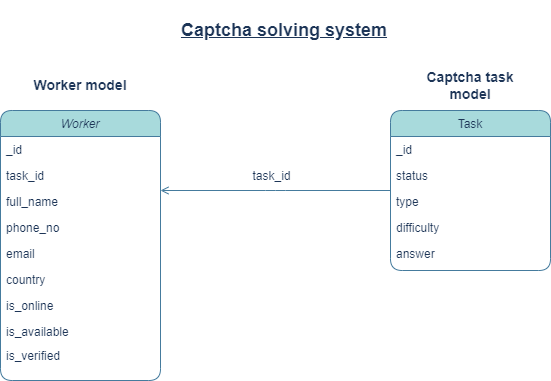
Above: raildog.drawio.png in officialHaze/raildog_api (draw.io), before the change. Source tidied: cells renumbered, new cells last; positions are measured from the earlier drawing's top-left corner, leaving out a move shared by most shapes.
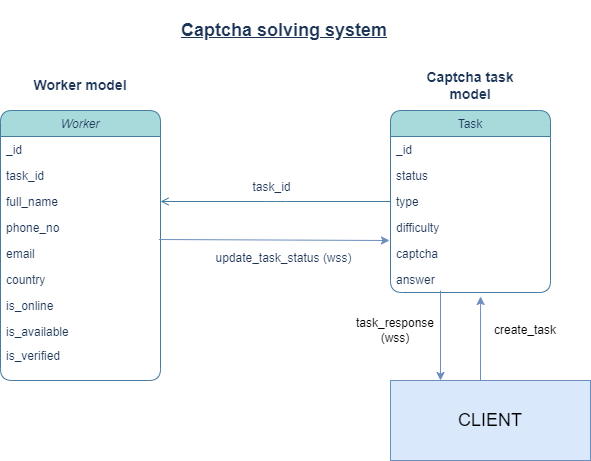
After the commit.

The edit, as a diff of the source:
```diff
@@ -33,7 +33,7 @@
       <mxGeometry y="232" width="160" height="24" as="geometry" />
     </mxCell>
     <mxCell id="12" value="Task" style="swimlane;fontStyle=0;align=center;verticalAlign=top;horizontal=1;startSize=26;rounded=1;shadow=0;strokeWidth=1;labelBackgroundColor=none;fillColor=#A8DADC;strokeColor=#457B9D;fontColor=#1D3557;" parent="1" vertex="1">
-      <mxGeometry x="390" y="110" width="160" height="160" as="geometry" />
+      <mxGeometry x="390" y="110" width="160" height="182" as="geometry" />
     </mxCell>
     <mxCell id="13" value="_id" style="text;align=left;verticalAlign=top;spacingLeft=4;spacingRight=4;overflow=hidden;rounded=1;shadow=0;html=0;labelBackgroundColor=none;fontColor=#1D3557;" parent="12" vertex="1">
       <mxGeometry y="26" width="160" height="26" as="geometry" />
@@ -47,8 +47,11 @@
     <mxCell id="16" value="difficulty" style="text;align=left;verticalAlign=top;spacingLeft=4;spacingRight=4;overflow=hidden;rounded=1;shadow=0;html=0;labelBackgroundColor=none;fontColor=#1D3557;" parent="12" vertex="1">
       <mxGeometry y="104" width="160" height="26" as="geometry" />
     </mxCell>
+    <mxCell id="23" value="captcha" style="text;align=left;verticalAlign=top;spacingLeft=4;spacingRight=4;overflow=hidden;rounded=1;shadow=0;html=0;labelBackgroundColor=none;fontColor=#1D3557;" parent="12" vertex="1">
+      <mxGeometry y="130" width="160" height="26" as="geometry" />
+    </mxCell>
     <mxCell id="17" value="answer" style="text;align=left;verticalAlign=top;spacingLeft=4;spacingRight=4;overflow=hidden;points=[[0,0.5],[1,0.5]];portConstraint=eastwest;rounded=1;shadow=0;html=0;labelBackgroundColor=none;fontColor=#1D3557;" parent="12" vertex="1">
-      <mxGeometry y="130" width="160" height="26" as="geometry" />
+      <mxGeometry y="156" width="160" height="26" as="geometry" />
     </mxCell>
     <mxCell id="18" style="endArrow=open;shadow=0;strokeWidth=1;rounded=1;endFill=1;edgeStyle=elbowEdgeStyle;elbow=vertical;labelBackgroundColor=none;strokeColor=#457B9D;fontColor=default;" parent="1" edge="1" source="12" target="2">
       <mxGeometry x="0.5" y="41" relative="1" as="geometry">
@@ -69,5 +72,34 @@
     <mxCell id="22" value="&lt;font style=&quot;font-size: 14px;&quot;&gt;&lt;b&gt;Captcha task model&lt;/b&gt;&lt;/font&gt;" style="whiteSpace=wrap;html=1;strokeColor=none;rounded=1;labelBackgroundColor=none;fillColor=none;fontColor=#1D3557;" parent="1" vertex="1">
       <mxGeometry x="410" y="70" width="120" height="30" as="geometry" />
     </mxCell>
+    <mxCell id="24" value="&lt;font style=&quot;font-size: 18px;&quot;&gt;CLIENT&lt;/font&gt;" style="rounded=0;whiteSpace=wrap;html=1;fillColor=#dae8fc;strokeColor=#6c8ebf;" parent="1" vertex="1">
+      <mxGeometry x="390" y="380" width="200" height="80" as="geometry" />
+    </mxCell>
+    <mxCell id="25" style="endArrow=classic;html=1;rounded=0;entryX=0.563;entryY=1.154;entryDx=0;entryDy=0;entryPerimeter=0;fillColor=#dae8fc;strokeColor=#6c8ebf;" parent="1" edge="1" target="17">
+      <mxGeometry relative="1" as="geometry">
+        <mxPoint x="480" y="380" as="sourcePoint" />
+      </mxGeometry>
+    </mxCell>
+    <mxCell id="26" value="create_task" style="whiteSpace=wrap;html=1;strokeColor=none;" parent="1" vertex="1">
+      <mxGeometry x="490" y="320" width="70" height="20" as="geometry" />
+    </mxCell>
+    <mxCell id="27" style="endArrow=classic;html=1;rounded=0;exitX=0.99;exitY=-0.038;exitDx=0;exitDy=0;exitPerimeter=0;fillColor=#dae8fc;strokeColor=#6c8ebf;" parent="1" edge="1" source="7">
+      <mxGeometry relative="1" as="geometry">
+        <mxPoint x="389" y="240" as="targetPoint" />
+      </mxGeometry>
+    </mxCell>
+    <mxCell id="28" value="update_task_status (wss)" style="text;html=1;align=center;verticalAlign=middle;labelBackgroundColor=none;rounded=1;shadow=0;strokeWidth=1;fontSize=12;fontColor=#1D3557;" parent="1" vertex="1">
+      <mxGeometry x="280" y="260" as="geometry">
+        <mxPoint x="2" y="-3" as="offset" />
+      </mxGeometry>
+    </mxCell>
+    <mxCell id="29" style="endArrow=classic;html=1;rounded=0;entryX=0.25;entryY=0;entryDx=0;entryDy=0;fillColor=#dae8fc;strokeColor=#6c8ebf;" parent="1" edge="1" target="24">
+      <mxGeometry relative="1" as="geometry">
+        <mxPoint x="440" y="290" as="sourcePoint" />
+      </mxGeometry>
+    </mxCell>
+    <mxCell id="30" value="task_response (wss)" style="whiteSpace=wrap;html=1;strokeColor=none;" parent="1" vertex="1">
+      <mxGeometry x="360" y="320" width="70" height="20" as="geometry" />
+    </mxCell>
   </root>
 </mxGraphModel>
```
